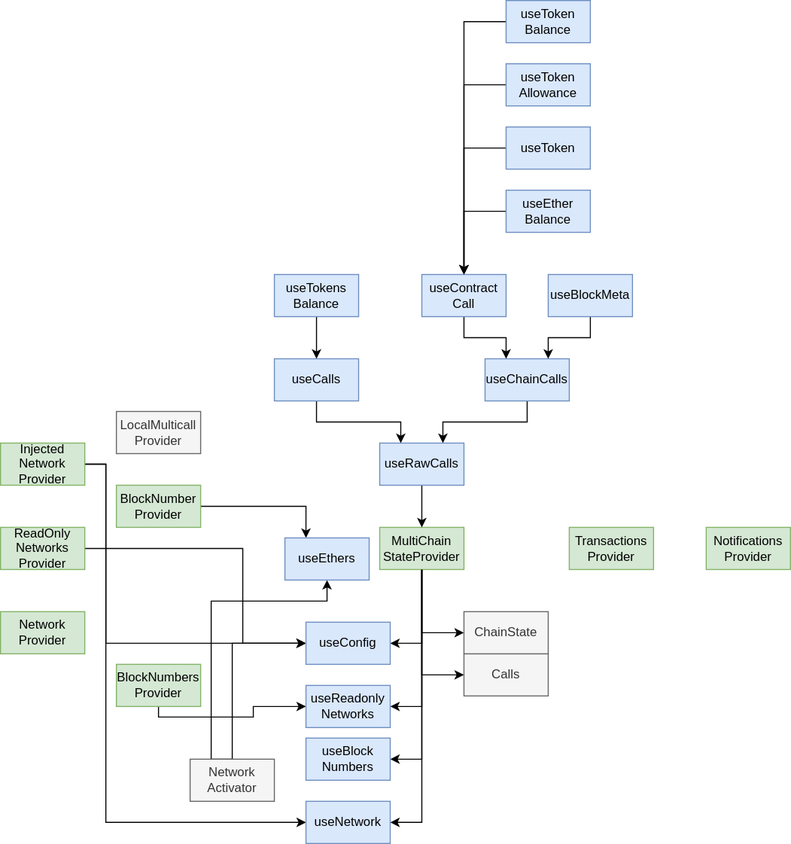
TrueFiEng/useDApp keeps this draw.io diagram as docs/internal/architecture.drawio.svg. Above is the earlier version. Source tidied: cells renumbered, new cells last; positions are measured from the earlier drawing's top-left corner, leaving out a move shared by most shapes.
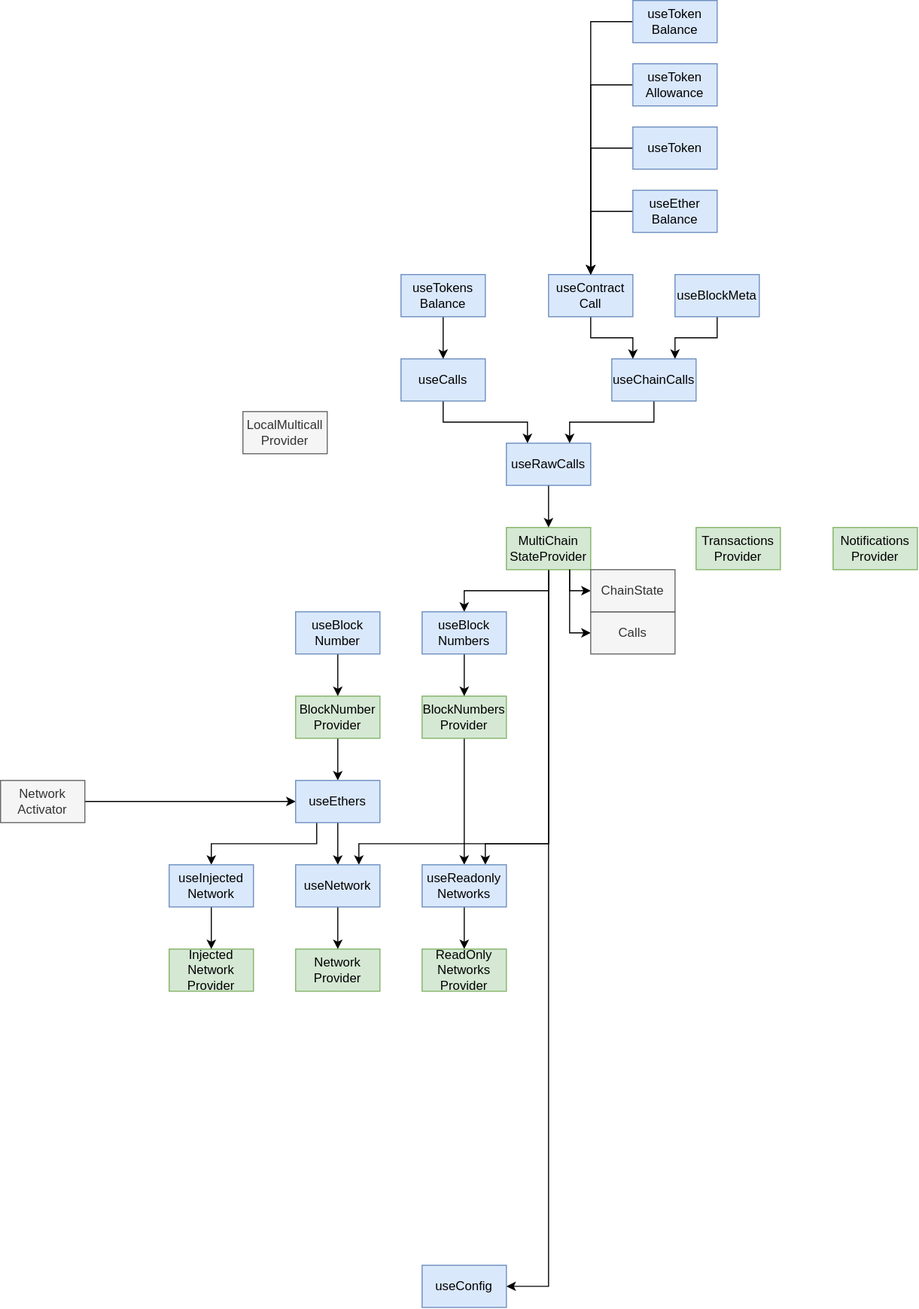
After the commit.

What changed in the source:
```diff
@@ -5,29 +5,39 @@
     <mxCell id="2" style="edgeStyle=orthogonalEdgeStyle;rounded=0;html=1;exitX=0.5;exitY=1;exitDx=0;exitDy=0;entryX=1;entryY=0.5;entryDx=0;entryDy=0;startArrow=none;startFill=0;endArrow=classic;endFill=1;" parent="1" edge="1" source="6" target="50">
       <mxGeometry relative="1" as="geometry" />
     </mxCell>
-    <mxCell id="3" style="edgeStyle=orthogonalEdgeStyle;rounded=0;html=1;exitX=0.5;exitY=1;exitDx=0;exitDy=0;entryX=1;entryY=0.5;entryDx=0;entryDy=0;startArrow=none;startFill=0;endArrow=classic;endFill=1;" parent="1" edge="1" source="6" target="49">
-      <mxGeometry relative="1" as="geometry" />
+    <mxCell id="3" style="edgeStyle=orthogonalEdgeStyle;rounded=0;html=1;exitX=0.5;exitY=1;exitDx=0;exitDy=0;entryX=0.75;entryY=0;entryDx=0;entryDy=0;startArrow=none;startFill=0;endArrow=classic;endFill=1;" parent="1" edge="1" source="6" target="49">
+      <mxGeometry relative="1" as="geometry">
+        <Array as="points">
+          <mxPoint x="400" y="800" />
+          <mxPoint x="340" y="800" />
+        </Array>
+      </mxGeometry>
     </mxCell>
-    <mxCell id="4" style="edgeStyle=orthogonalEdgeStyle;rounded=0;html=1;exitX=0.5;exitY=1;exitDx=0;exitDy=0;entryX=1;entryY=0.5;entryDx=0;entryDy=0;startArrow=none;startFill=0;endArrow=classic;endFill=1;" parent="1" edge="1" source="6" target="48">
+    <mxCell id="4" style="edgeStyle=orthogonalEdgeStyle;rounded=0;html=1;exitX=0.5;exitY=1;exitDx=0;exitDy=0;entryX=0.5;entryY=0;entryDx=0;entryDy=0;startArrow=none;startFill=0;endArrow=classic;endFill=1;" parent="1" edge="1" source="6" target="48">
       <mxGeometry relative="1" as="geometry" />
     </mxCell>
-    <mxCell id="5" style="edgeStyle=orthogonalEdgeStyle;rounded=0;html=1;exitX=0.5;exitY=1;exitDx=0;exitDy=0;entryX=1;entryY=0.5;entryDx=0;entryDy=0;startArrow=none;startFill=0;endArrow=classic;endFill=1;" parent="1" edge="1" source="6" target="47">
-      <mxGeometry relative="1" as="geometry" />
+    <mxCell id="5" style="edgeStyle=orthogonalEdgeStyle;rounded=0;html=1;exitX=0.5;exitY=1;exitDx=0;exitDy=0;entryX=0.75;entryY=0;entryDx=0;entryDy=0;startArrow=none;startFill=0;endArrow=classic;endFill=1;" parent="1" edge="1" source="6" target="47">
+      <mxGeometry relative="1" as="geometry">
+        <Array as="points">
+          <mxPoint x="400" y="800" />
+          <mxPoint x="220" y="800" />
+        </Array>
+      </mxGeometry>
     </mxCell>
     <mxCell id="6" value="MultiChain&lt;br&gt;StateProvider" style="rounded=0;whiteSpace=wrap;html=1;fillColor=#d5e8d4;strokeColor=#82b366;" parent="1" vertex="1">
       <mxGeometry x="360" y="500" width="80" height="40" as="geometry" />
     </mxCell>
-    <mxCell id="7" style="edgeStyle=orthogonalEdgeStyle;html=1;exitX=0;exitY=0.5;exitDx=0;exitDy=0;entryX=0.5;entryY=1;entryDx=0;entryDy=0;rounded=0;endArrow=none;endFill=0;startArrow=classic;startFill=1;" parent="1" edge="1" source="8" target="6">
+    <mxCell id="7" style="edgeStyle=orthogonalEdgeStyle;html=1;exitX=0;exitY=0.5;exitDx=0;exitDy=0;entryX=0.75;entryY=1;entryDx=0;entryDy=0;rounded=0;endArrow=none;endFill=0;startArrow=classic;startFill=1;" parent="1" edge="1" source="8" target="6">
       <mxGeometry relative="1" as="geometry" />
     </mxCell>
     <mxCell id="8" value="Calls" style="rounded=0;whiteSpace=wrap;html=1;fillColor=#f5f5f5;strokeColor=#666666;fontColor=#333333;" parent="1" vertex="1">
-      <mxGeometry x="440" y="620" width="80" height="40" as="geometry" />
+      <mxGeometry x="440" y="580" width="80" height="40" as="geometry" />
     </mxCell>
-    <mxCell id="9" style="edgeStyle=orthogonalEdgeStyle;html=1;exitX=0;exitY=0.5;exitDx=0;exitDy=0;rounded=0;entryX=0.5;entryY=1;entryDx=0;entryDy=0;endArrow=none;endFill=0;startArrow=classic;startFill=1;" parent="1" edge="1" source="10" target="6">
+    <mxCell id="9" style="edgeStyle=orthogonalEdgeStyle;html=1;exitX=0;exitY=0.5;exitDx=0;exitDy=0;rounded=0;entryX=0.75;entryY=1;entryDx=0;entryDy=0;endArrow=none;endFill=0;startArrow=classic;startFill=1;" parent="1" edge="1" source="10" target="6">
       <mxGeometry relative="1" as="geometry" />
     </mxCell>
     <mxCell id="10" value="ChainState" style="rounded=0;whiteSpace=wrap;html=1;fillColor=#f5f5f5;strokeColor=#666666;fontColor=#333333;" parent="1" vertex="1">
-      <mxGeometry x="440" y="580" width="80" height="40" as="geometry" />
+      <mxGeometry x="440" y="540" width="80" height="40" as="geometry" />
     </mxCell>
     <mxCell id="11" style="edgeStyle=orthogonalEdgeStyle;rounded=0;html=1;exitX=0.5;exitY=1;exitDx=0;exitDy=0;entryX=0.5;entryY=0;entryDx=0;entryDy=0;startArrow=none;startFill=0;endArrow=classic;endFill=1;" parent="1" edge="1" source="12" target="6">
       <mxGeometry relative="1" as="geometry" />
@@ -89,64 +99,32 @@
     <mxCell id="30" value="useToken" style="rounded=0;whiteSpace=wrap;html=1;fillColor=#dae8fc;strokeColor=#6c8ebf;" parent="1" vertex="1">
       <mxGeometry x="480" y="120" width="80" height="40" as="geometry" />
     </mxCell>
-    <mxCell id="31" style="edgeStyle=orthogonalEdgeStyle;rounded=0;html=1;exitX=1;exitY=0.5;exitDx=0;exitDy=0;entryX=0;entryY=0.5;entryDx=0;entryDy=0;startArrow=none;startFill=0;endArrow=classic;endFill=1;" parent="1" edge="1" source="32" target="50">
-      <mxGeometry relative="1" as="geometry">
-        <Array as="points">
-          <mxPoint x="230" y="520" />
-          <mxPoint x="230" y="610" />
-        </Array>
-      </mxGeometry>
-    </mxCell>
     <mxCell id="32" value="ReadOnly&lt;br&gt;Networks&lt;br&gt;Provider" style="rounded=0;whiteSpace=wrap;html=1;fillColor=#d5e8d4;strokeColor=#82b366;" parent="1" vertex="1">
-      <mxGeometry y="500" width="80" height="40" as="geometry" />
+      <mxGeometry x="280" y="900" width="80" height="40" as="geometry" />
     </mxCell>
     <mxCell id="33" value="Network&lt;br&gt;Provider" style="rounded=0;whiteSpace=wrap;html=1;fillColor=#d5e8d4;strokeColor=#82b366;" parent="1" vertex="1">
-      <mxGeometry y="580" width="80" height="40" as="geometry" />
+      <mxGeometry x="160" y="900" width="80" height="40" as="geometry" />
     </mxCell>
-    <mxCell id="34" style="edgeStyle=orthogonalEdgeStyle;rounded=0;html=1;exitX=0.5;exitY=0;exitDx=0;exitDy=0;entryX=0;entryY=0.5;entryDx=0;entryDy=0;startArrow=none;startFill=0;endArrow=classic;endFill=1;" parent="1" edge="1" source="36" target="50">
-      <mxGeometry relative="1" as="geometry" />
-    </mxCell>
-    <mxCell id="35" style="edgeStyle=orthogonalEdgeStyle;rounded=0;html=1;exitX=0.5;exitY=0;exitDx=0;exitDy=0;startArrow=none;startFill=0;endArrow=classic;endFill=1;" parent="1" edge="1" source="36" target="51">
-      <mxGeometry relative="1" as="geometry">
-        <Array as="points">
-          <mxPoint x="200" y="570" />
-          <mxPoint x="310" y="570" />
-        </Array>
-      </mxGeometry>
+    <mxCell id="35" style="edgeStyle=orthogonalEdgeStyle;rounded=0;html=1;exitX=1;exitY=0.5;exitDx=0;exitDy=0;" parent="1" edge="1" source="36" target="51">
+      <mxGeometry relative="1" as="geometry" />
     </mxCell>
     <mxCell id="36" value="Network&lt;br&gt;Activator" style="rounded=0;whiteSpace=wrap;html=1;fillColor=#f5f5f5;fontColor=#333333;strokeColor=#666666;" parent="1" vertex="1">
-      <mxGeometry x="180" y="720" width="80" height="40" as="geometry" />
+      <mxGeometry x="-120" y="740" width="80" height="40" as="geometry" />
     </mxCell>
-    <mxCell id="37" style="edgeStyle=orthogonalEdgeStyle;rounded=0;html=1;exitX=0.5;exitY=1;exitDx=0;exitDy=0;entryX=0;entryY=0.5;entryDx=0;entryDy=0;startArrow=none;startFill=0;endArrow=classic;endFill=1;" parent="1" edge="1" source="38" target="49">
+    <mxCell id="37" style="edgeStyle=orthogonalEdgeStyle;rounded=0;html=1;exitX=0.5;exitY=1;exitDx=0;exitDy=0;entryX=0.5;entryY=0;entryDx=0;entryDy=0;startArrow=none;startFill=0;endArrow=classic;endFill=1;" parent="1" edge="1" source="38" target="49">
       <mxGeometry relative="1" as="geometry" />
     </mxCell>
     <mxCell id="38" value="BlockNumbers&lt;br&gt;Provider" style="rounded=0;whiteSpace=wrap;html=1;fillColor=#d5e8d4;strokeColor=#82b366;" parent="1" vertex="1">
-      <mxGeometry x="110" y="630" width="80" height="40" as="geometry" />
+      <mxGeometry x="280" y="660" width="80" height="40" as="geometry" />
     </mxCell>
-    <mxCell id="39" style="edgeStyle=orthogonalEdgeStyle;rounded=0;html=1;exitX=1;exitY=0.5;exitDx=0;exitDy=0;entryX=0.25;entryY=0;entryDx=0;entryDy=0;startArrow=none;startFill=0;endArrow=classic;endFill=1;" parent="1" edge="1" source="40" target="51">
+    <mxCell id="39" style="edgeStyle=orthogonalEdgeStyle;rounded=0;html=1;exitX=0.5;exitY=1;exitDx=0;exitDy=0;entryX=0.5;entryY=0;entryDx=0;entryDy=0;" parent="1" edge="1" source="40" target="51">
       <mxGeometry relative="1" as="geometry" />
     </mxCell>
     <mxCell id="40" value="BlockNumber&lt;br&gt;Provider" style="rounded=0;whiteSpace=wrap;html=1;fillColor=#d5e8d4;strokeColor=#82b366;" parent="1" vertex="1">
-      <mxGeometry x="110" y="460" width="80" height="40" as="geometry" />
+      <mxGeometry x="160" y="660" width="80" height="40" as="geometry" />
     </mxCell>
-    <mxCell id="41" style="edgeStyle=orthogonalEdgeStyle;rounded=0;html=1;exitX=1;exitY=0.5;exitDx=0;exitDy=0;entryX=0;entryY=0.5;entryDx=0;entryDy=0;startArrow=none;startFill=0;endArrow=classic;endFill=1;" parent="1" edge="1" source="43" target="47">
-      <mxGeometry relative="1" as="geometry">
-        <Array as="points">
-          <mxPoint x="100" y="440" />
-          <mxPoint x="100" y="780" />
-        </Array>
-      </mxGeometry>
-    </mxCell>
-    <mxCell id="42" style="edgeStyle=orthogonalEdgeStyle;rounded=0;html=1;exitX=1;exitY=0.5;exitDx=0;exitDy=0;entryX=0;entryY=0.5;entryDx=0;entryDy=0;startArrow=none;startFill=0;endArrow=classic;endFill=1;" parent="1" edge="1" source="43" target="50">
-      <mxGeometry relative="1" as="geometry">
-        <Array as="points">
-          <mxPoint x="100" y="440" />
-          <mxPoint x="100" y="610" />
-        </Array>
-      </mxGeometry>
-    </mxCell>
     <mxCell id="43" value="Injected&lt;br&gt;Network&lt;br&gt;Provider" style="rounded=0;whiteSpace=wrap;html=1;fillColor=#d5e8d4;strokeColor=#82b366;" parent="1" vertex="1">
-      <mxGeometry y="420" width="80" height="40" as="geometry" />
+      <mxGeometry x="40" y="900" width="80" height="40" as="geometry" />
     </mxCell>
     <mxCell id="44" value="Notifications&lt;br&gt;Provider" style="rounded=0;whiteSpace=wrap;html=1;fillColor=#d5e8d4;strokeColor=#82b366;" parent="1" vertex="1">
       <mxGeometry x="670" y="500" width="80" height="40" as="geometry" />
@@ -157,20 +135,47 @@
     <mxCell id="46" value="Transactions&lt;br&gt;Provider" style="rounded=0;whiteSpace=wrap;html=1;fillColor=#d5e8d4;strokeColor=#82b366;" parent="1" vertex="1">
       <mxGeometry x="540" y="500" width="80" height="40" as="geometry" />
     </mxCell>
+    <mxCell id="52" style="edgeStyle=none;html=1;" parent="1" edge="1" source="47" target="33">
+      <mxGeometry relative="1" as="geometry" />
+    </mxCell>
     <mxCell id="47" value="useNetwork" style="rounded=0;whiteSpace=wrap;html=1;fillColor=#dae8fc;strokeColor=#6c8ebf;" parent="1" vertex="1">
-      <mxGeometry x="290" y="760" width="80" height="40" as="geometry" />
+      <mxGeometry x="160" y="820" width="80" height="40" as="geometry" />
     </mxCell>
+    <mxCell id="53" style="edgeStyle=none;html=1;" parent="1" edge="1" source="48" target="38">
+      <mxGeometry relative="1" as="geometry" />
+    </mxCell>
     <mxCell id="48" value="useBlock&lt;br&gt;Numbers" style="rounded=0;whiteSpace=wrap;html=1;fillColor=#dae8fc;strokeColor=#6c8ebf;" parent="1" vertex="1">
-      <mxGeometry x="290" y="700" width="80" height="40" as="geometry" />
+      <mxGeometry x="280" y="580" width="80" height="40" as="geometry" />
     </mxCell>
+    <mxCell id="54" style="edgeStyle=none;html=1;exitX=0.5;exitY=1;exitDx=0;exitDy=0;entryX=0.5;entryY=0;entryDx=0;entryDy=0;" parent="1" edge="1" source="49" target="32">
+      <mxGeometry relative="1" as="geometry" />
+    </mxCell>
     <mxCell id="49" value="useReadonly&lt;br&gt;Networks" style="rounded=0;whiteSpace=wrap;html=1;fillColor=#dae8fc;strokeColor=#6c8ebf;" parent="1" vertex="1">
-      <mxGeometry x="290" y="650" width="80" height="40" as="geometry" />
+      <mxGeometry x="280" y="820" width="80" height="40" as="geometry" />
     </mxCell>
     <mxCell id="50" value="useConfig" style="rounded=0;whiteSpace=wrap;html=1;fillColor=#dae8fc;strokeColor=#6c8ebf;" parent="1" vertex="1">
-      <mxGeometry x="290" y="590" width="80" height="40" as="geometry" />
+      <mxGeometry x="280" y="1200" width="80" height="40" as="geometry" />
     </mxCell>
+    <mxCell id="55" style="edgeStyle=orthogonalEdgeStyle;html=1;rounded=0;exitX=0.25;exitY=1;exitDx=0;exitDy=0;" parent="1" edge="1" source="51" target="60">
+      <mxGeometry relative="1" as="geometry" />
+    </mxCell>
+    <mxCell id="56" style="html=1;rounded=0;edgeStyle=orthogonalEdgeStyle;exitX=0.5;exitY=1;exitDx=0;exitDy=0;" parent="1" edge="1" source="51" target="47">
+      <mxGeometry relative="1" as="geometry" />
+    </mxCell>
     <mxCell id="51" value="useEthers" style="rounded=0;whiteSpace=wrap;html=1;fillColor=#dae8fc;strokeColor=#6c8ebf;" parent="1" vertex="1">
-      <mxGeometry x="270" y="510" width="80" height="40" as="geometry" />
+      <mxGeometry x="160" y="740" width="80" height="40" as="geometry" />
     </mxCell>
+    <mxCell id="57" style="edgeStyle=none;html=1;" parent="1" edge="1" source="60" target="43">
+      <mxGeometry relative="1" as="geometry" />
+    </mxCell>
+    <mxCell id="58" style="edgeStyle=orthogonalEdgeStyle;rounded=0;html=1;exitX=0.5;exitY=1;exitDx=0;exitDy=0;entryX=0.5;entryY=0;entryDx=0;entryDy=0;" parent="1" edge="1" source="59" target="40">
+      <mxGeometry relative="1" as="geometry" />
+    </mxCell>
+    <mxCell id="59" value="useBlock&lt;br&gt;Number" style="rounded=0;whiteSpace=wrap;html=1;fillColor=#dae8fc;strokeColor=#6c8ebf;" parent="1" vertex="1">
+      <mxGeometry x="160" y="580" width="80" height="40" as="geometry" />
+    </mxCell>
+    <mxCell id="60" value="useInjected&lt;br&gt;Network" style="rounded=0;whiteSpace=wrap;html=1;fillColor=#dae8fc;strokeColor=#6c8ebf;" parent="1" vertex="1">
+      <mxGeometry x="40" y="820" width="80" height="40" as="geometry" />
+    </mxCell>
   </root>
 </mxGraphModel>
```
